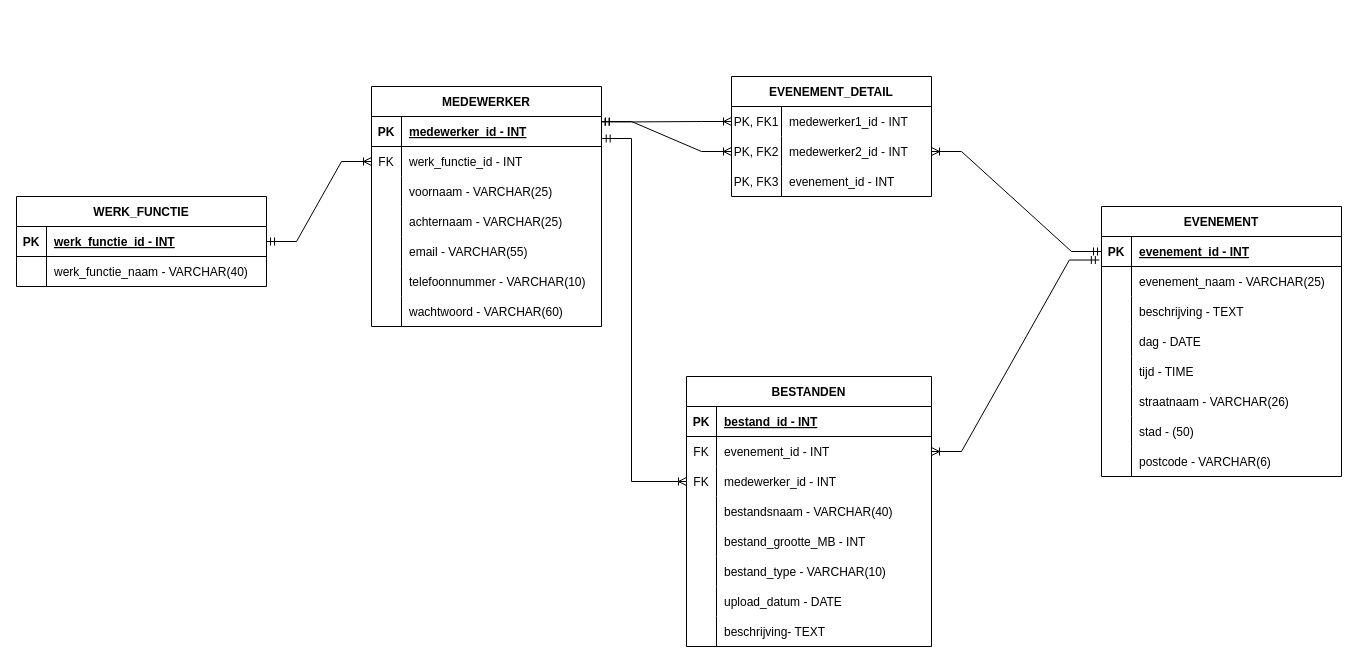
Earlier version of the draw.io diagram database/Gemorskos_ERD.drawio (saulewestra/INFA_1C_Gemorskos). Source tidied: cells renumbered, new cells numbered last; positions are measured from the earlier drawing's top-left corner, leaving out a move shared by most shapes. Both pictures are drawn from the tidied source at 100%, with x=0, y=0 at pixel (16, 76).
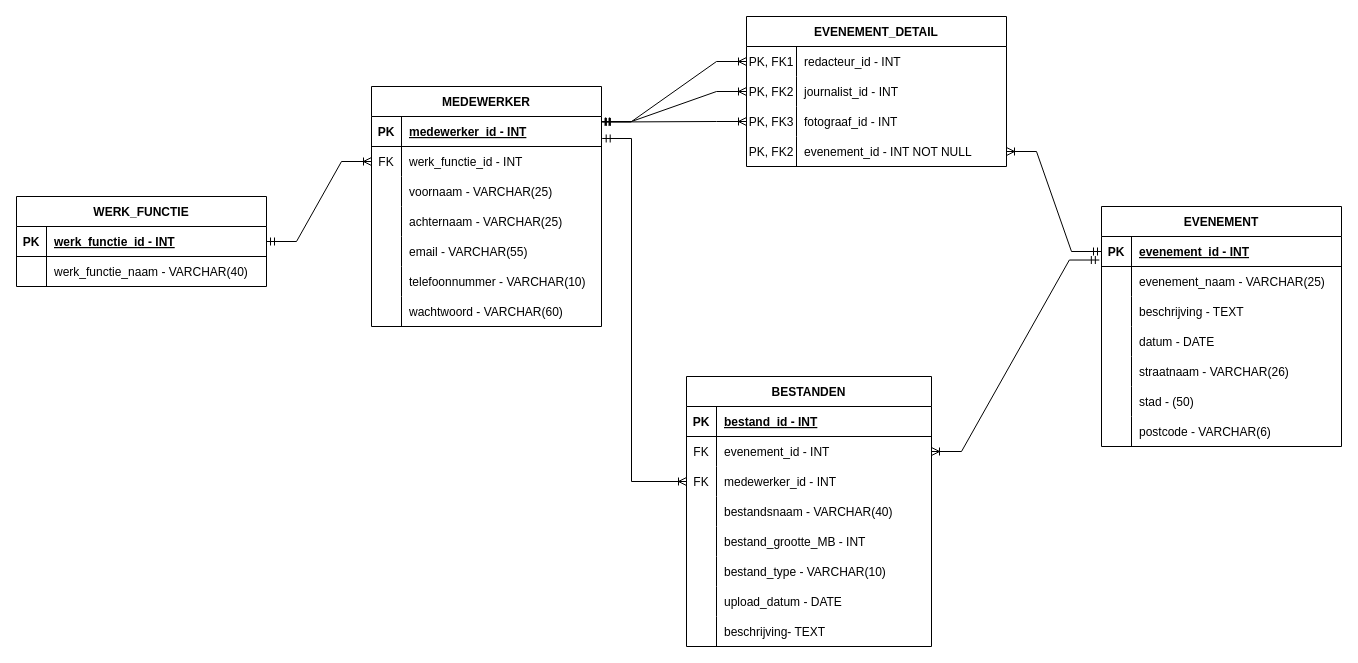
The same page after the edit.

Commit message:
ERD is aangepast naar de correcte sql.

Unchanged cells that the change refers to:
```xml
<mxCell id="20" style="shape=tableRow;horizontal=0;startSize=0;swimlaneHead=0;swimlaneBody=0;fillColor=none;points=[[0,0.5],[1,0.5]];portConstraint=eastwest;top=0;left=0;right=0;bottom=1;" parent="19" vertex="1">
  <mxGeometry y="30" width="240" height="30" as="geometry" />
</mxCell>
<mxCell id="29" style="shape=tableRow;horizontal=0;startSize=0;swimlaneHead=0;swimlaneBody=0;fillColor=none;top=0;left=0;right=0;bottom=0;" parent="19" vertex="1">
  <mxGeometry y="120" width="240" height="30" as="geometry" />
</mxCell>
<mxCell id="45" style="shape=tableRow;horizontal=0;startSize=0;swimlaneHead=0;swimlaneBody=0;fillColor=none;points=[[0,0.5],[1,0.5]];portConstraint=eastwest;top=0;left=0;right=0;bottom=1;" parent="44" vertex="1">
  <mxGeometry y="30" width="230" height="30" as="geometry" />
</mxCell>
```

Diff of the diagram source:
```diff
@@
     <mxCell id="9" value="EVENEMENT_DETAIL" style="shape=table;startSize=30;childLayout=tableLayout;rowLines=0;fontStyle=1;align=center;" parent="1" vertex="1">
-      <mxGeometry x="715" width="200" height="120" as="geometry" />
+      <mxGeometry x="730" y="-60" width="260" height="150" as="geometry" />
     </mxCell>
     <mxCell id="10" style="shape=tableRow;horizontal=0;startSize=0;swimlaneHead=0;swimlaneBody=0;fillColor=none;points=[[0,0.5],[1,0.5]];portConstraint=eastwest;top=0;left=0;right=0;bottom=0;" parent="9" vertex="1">
-      <mxGeometry y="30" width="200" height="30" as="geometry" />
+      <mxGeometry y="30" width="260" height="30" as="geometry" />
     </mxCell>
@@
-    <mxCell id="12" value="medewerker1_id - INT" style="shape=partialRectangle;fillColor=none;top=0;left=0;bottom=0;right=0;align=left;spacingLeft=6;overflow=hidden;" parent="10" vertex="1">
-      <mxGeometry x="50" width="150" height="30" as="geometry" />
+    <mxCell id="12" value="redacteur_id - INT" style="shape=partialRectangle;fillColor=none;top=0;left=0;bottom=0;right=0;align=left;spacingLeft=6;overflow=hidden;" parent="10" vertex="1">
+      <mxGeometry x="50" width="210" height="30" as="geometry" />
     </mxCell>
     <mxCell id="13" style="shape=tableRow;horizontal=0;startSize=0;swimlaneHead=0;swimlaneBody=0;fillColor=none;points=[[0,0.5],[1,0.5]];portConstraint=eastwest;top=0;left=0;right=0;bottom=0;" parent="9" vertex="1">
-      <mxGeometry y="60" width="200" height="30" as="geometry" />
+      <mxGeometry y="60" width="260" height="30" as="geometry" />
     </mxCell>
@@
-    <mxCell id="15" value="medewerker2_id - INT" style="shape=partialRectangle;fillColor=none;top=0;left=0;bottom=0;right=0;align=left;spacingLeft=6;overflow=hidden;" parent="13" vertex="1">
-      <mxGeometry x="50" width="150" height="30" as="geometry" />
+    <mxCell id="15" value="journalist_id - INT" style="shape=partialRectangle;fillColor=none;top=0;left=0;bottom=0;right=0;align=left;spacingLeft=6;overflow=hidden;" parent="13" vertex="1">
+      <mxGeometry x="50" width="210" height="30" as="geometry" />
     </mxCell>
     <mxCell id="16" style="shape=tableRow;horizontal=0;startSize=0;swimlaneHead=0;swimlaneBody=0;fillColor=none;points=[[0,0.5],[1,0.5]];portConstraint=eastwest;top=0;left=0;right=0;bottom=0;" parent="9" vertex="1">
-      <mxGeometry y="90" width="200" height="30" as="geometry" />
+      <mxGeometry y="90" width="260" height="30" as="geometry" />
     </mxCell>
@@
-    <mxCell id="18" value="evenement_id - INT" style="shape=partialRectangle;fillColor=none;top=0;left=0;bottom=0;right=0;align=left;spacingLeft=6;overflow=hidden;" parent="16" vertex="1">
-      <mxGeometry x="50" width="150" height="30" as="geometry" />
+    <mxCell id="18" value="fotograaf_id - INT" style="shape=partialRectangle;fillColor=none;top=0;left=0;bottom=0;right=0;align=left;spacingLeft=6;overflow=hidden;" parent="16" vertex="1">
+      <mxGeometry x="50" width="210" height="30" as="geometry" />
     </mxCell>
+    <mxCell id="97" style="shape=tableRow;horizontal=0;startSize=0;swimlaneHead=0;swimlaneBody=0;fillColor=none;points=[[0,0.5],[1,0.5]];portConstraint=eastwest;top=0;left=0;right=0;bottom=0;" parent="9" vertex="1">
+      <mxGeometry y="120" width="260" height="30" as="geometry" />
+    </mxCell>
+    <mxCell id="98" value="PK, FK2" style="shape=partialRectangle;fillColor=none;top=0;left=0;bottom=0;right=0;overflow=hidden;" parent="97" vertex="1">
+      <mxGeometry width="50" height="30" as="geometry" />
+    </mxCell>
+    <mxCell id="99" value="evenement_id - INT NOT NULL" style="shape=partialRectangle;fillColor=none;top=0;left=0;bottom=0;right=0;align=left;spacingLeft=6;overflow=hidden;" parent="97" vertex="1">
+      <mxGeometry x="50" width="210" height="30" as="geometry" />
+    </mxCell>
     <mxCell id="19" value="EVENEMENT" style="shape=table;startSize=30;childLayout=tableLayout;rowLines=0;fontStyle=1;align=center;" parent="1" vertex="1">
-      <mxGeometry x="1085" y="130" width="240" height="270" as="geometry" />
+      <mxGeometry x="1085" y="130" width="240" height="240" as="geometry" />
     </mxCell>
@@
-    <mxCell id="31" value="dag - DATE" style="shape=partialRectangle;fillColor=none;top=0;left=0;bottom=0;right=0;align=left;spacingLeft=6;overflow=hidden;" parent="29" vertex="1">
+    <mxCell id="31" value="datum - DATE" style="shape=partialRectangle;fillColor=none;top=0;left=0;bottom=0;right=0;align=left;spacingLeft=6;overflow=hidden;" parent="29" vertex="1">
       <mxGeometry x="30" width="210" height="30" as="geometry" />
     </mxCell>
-    <mxCell id="32" style="shape=tableRow;horizontal=0;startSize=0;swimlaneHead=0;swimlaneBody=0;fillColor=none;top=0;left=0;right=0;bottom=0;" parent="19" vertex="1">
-      <mxGeometry y="150" width="240" height="30" as="geometry" />
-    </mxCell>
-    <mxCell id="33" style="shape=partialRectangle;fillColor=none;top=0;left=0;bottom=0;right=0;overflow=hidden;" parent="32" vertex="1">
-      <mxGeometry width="30" height="30" as="geometry" />
-    </mxCell>
-    <mxCell id="34" value="tijd - TIME" style="shape=partialRectangle;fillColor=none;top=0;left=0;bottom=0;right=0;align=left;spacingLeft=6;overflow=hidden;" parent="32" vertex="1">
-      <mxGeometry x="30" width="210" height="30" as="geometry" />
-    </mxCell>
     <mxCell id="35" style="shape=tableRow;horizontal=0;startSize=0;swimlaneHead=0;swimlaneBody=0;fillColor=none;top=0;left=0;right=0;bottom=0;" parent="19" vertex="1">
-      <mxGeometry y="180" width="240" height="30" as="geometry" />
+      <mxGeometry y="150" width="240" height="30" as="geometry" />
     </mxCell>
@@
     <mxCell id="38" style="shape=tableRow;horizontal=0;startSize=0;swimlaneHead=0;swimlaneBody=0;fillColor=none;top=0;left=0;right=0;bottom=0;" parent="19" vertex="1">
-      <mxGeometry y="210" width="240" height="30" as="geometry" />
+      <mxGeometry y="180" width="240" height="30" as="geometry" />
     </mxCell>
@@
     <mxCell id="41" style="shape=tableRow;horizontal=0;startSize=0;swimlaneHead=0;swimlaneBody=0;fillColor=none;top=0;left=0;right=0;bottom=0;" parent="19" vertex="1">
-      <mxGeometry y="240" width="240" height="30" as="geometry" />
+      <mxGeometry y="210" width="240" height="30" as="geometry" />
     </mxCell>
@@
-    <mxCell id="92" style="edgeStyle=entityRelationEdgeStyle;fontSize=12;html=1;endArrow=ERoneToMany;startArrow=ERmandOne;rounded=0;exitX=0;exitY=0.5;exitDx=0;exitDy=0;entryX=1;entryY=0.5;entryDx=0;entryDy=0;" parent="1" edge="1" source="20" target="13">
+    <mxCell id="92" style="edgeStyle=entityRelationEdgeStyle;fontSize=12;html=1;endArrow=ERoneToMany;startArrow=ERmandOne;rounded=0;exitX=0;exitY=0.5;exitDx=0;exitDy=0;entryX=1;entryY=0.5;entryDx=0;entryDy=0;" parent="1" edge="1" source="20" target="97">
       <mxGeometry relative="1" as="geometry" />
     </mxCell>
@@
+    <mxCell id="100" style="edgeStyle=entityRelationEdgeStyle;fontSize=12;html=1;endArrow=ERoneToMany;startArrow=ERmandOne;rounded=0;entryX=0;entryY=0.5;entryDx=0;entryDy=0;exitX=1.004;exitY=0.18;exitDx=0;exitDy=0;exitPerimeter=0;" parent="1" edge="1" source="45" target="16">
+      <mxGeometry x="-0.61" y="15" relative="1" as="geometry" />
+    </mxCell>
```
